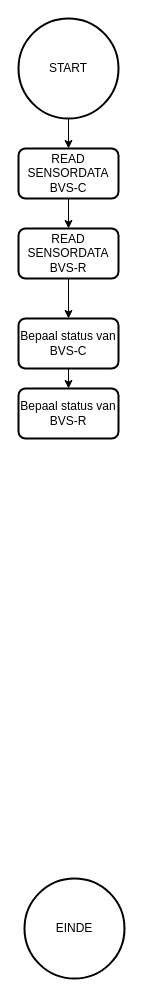
Before: FlowchartPlantbewateringssysteem.drawio in CruZxPog/Plantbewateringssysteem, a draw.io diagram. Source tidied: cells renumbered, new cells numbered last; positions are measured from the earlier drawing's top-left corner, leaving out a move shared by most shapes. Both pictures are drawn from the tidied source at 100%, with x=0, y=0 at pixel (18, 18).
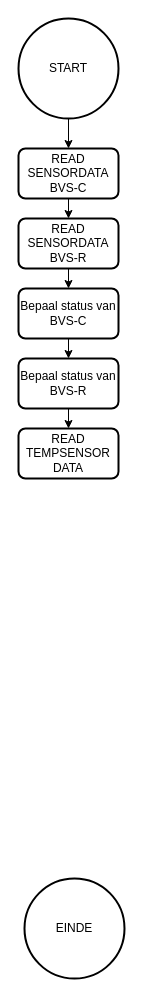
Above is the later version.

Diff of the diagram source:
```diff
@@
 <mxGraphModel>
   <root>
     <mxCell id="0" />
     <mxCell id="1" parent="0" />
     <mxCell id="2" value="START" style="strokeWidth=2;html=1;shape=mxgraph.flowchart.start_2;whiteSpace=wrap;" parent="1" vertex="1">
       <mxGeometry width="100" height="100" as="geometry" />
     </mxCell>
     <mxCell id="3" value="EINDE" style="strokeWidth=2;html=1;shape=mxgraph.flowchart.start_2;whiteSpace=wrap;" parent="1" vertex="1">
       <mxGeometry x="6" y="860" width="100" height="100" as="geometry" />
     </mxCell>
     <mxCell id="4" style="edgeStyle=orthogonalEdgeStyle;rounded=0;jettySize=auto;html=1;exitX=0.5;exitY=1;exitDx=0;exitDy=0;exitPerimeter=0;entryX=0.5;entryY=0;entryDx=0;entryDy=0;entryPerimeter=0;" parent="1" edge="1" source="2" target="5">
       <mxGeometry relative="1" as="geometry" />
     </mxCell>
     <mxCell id="5" value="READ&lt;div&gt;SENSORDATA&lt;/div&gt;&lt;div&gt;BVS-C&lt;/div&gt;" style="rounded=1;whiteSpace=wrap;html=1;absoluteArcSize=1;arcSize=14;strokeWidth=2;" parent="1" vertex="1">
       <mxGeometry y="130" width="100" height="50" as="geometry" />
     </mxCell>
     <mxCell id="6" style="edgeStyle=orthogonalEdgeStyle;rounded=0;jettySize=auto;html=1;exitX=0.5;exitY=1;exitDx=0;exitDy=0;exitPerimeter=0;entryX=0.5;entryY=0;entryDx=0;entryDy=0;entryPerimeter=0;" parent="1" edge="1" source="9">
       <mxGeometry relative="1" as="geometry">
         <mxPoint x="50" y="240" as="targetPoint" />
       </mxGeometry>
     </mxCell>
     <mxCell id="7" style="edgeStyle=orthogonalEdgeStyle;rounded=0;jettySize=auto;html=1;exitX=0.5;exitY=1;exitDx=0;exitDy=0;exitPerimeter=0;entryX=0.5;entryY=0;entryDx=0;entryDy=0;entryPerimeter=0;" parent="1" edge="1" source="5" target="9">
       <mxGeometry relative="1" as="geometry" />
     </mxCell>
     <mxCell id="8" style="edgeStyle=orthogonalEdgeStyle;rounded=0;jettySize=auto;html=1;exitX=0.5;exitY=1;exitDx=0;exitDy=0;entryX=0.5;entryY=0;entryDx=0;entryDy=0;" parent="1" edge="1" source="9" target="11">
       <mxGeometry relative="1" as="geometry" />
     </mxCell>
     <mxCell id="9" value="READ&lt;div&gt;SENSORDATA&lt;/div&gt;&lt;div&gt;BVS-R&lt;/div&gt;" style="rounded=1;whiteSpace=wrap;html=1;absoluteArcSize=1;arcSize=14;strokeWidth=2;" parent="1" vertex="1">
-      <mxGeometry y="210" width="100" height="50" as="geometry" />
+      <mxGeometry y="200" width="100" height="50" as="geometry" />
     </mxCell>
     <mxCell id="10" style="edgeStyle=orthogonalEdgeStyle;rounded=0;jettySize=auto;html=1;exitX=0.5;exitY=1;exitDx=0;exitDy=0;entryX=0.5;entryY=0;entryDx=0;entryDy=0;" parent="1" edge="1" source="11" target="12">
       <mxGeometry relative="1" as="geometry" />
     </mxCell>
     <mxCell id="11" value="Bepaal status van BVS-C" style="rounded=1;whiteSpace=wrap;html=1;absoluteArcSize=1;arcSize=14;strokeWidth=2;" parent="1" vertex="1">
-      <mxGeometry y="300" width="100" height="50" as="geometry" />
+      <mxGeometry y="270" width="100" height="50" as="geometry" />
     </mxCell>
+    <mxCell id="13" style="edgeStyle=orthogonalEdgeStyle;rounded=0;jettySize=auto;html=1;exitX=0.5;exitY=1;exitDx=0;exitDy=0;entryX=0.5;entryY=0;entryDx=0;entryDy=0;" parent="1" edge="1" source="12" target="14">
+      <mxGeometry relative="1" as="geometry" />
+    </mxCell>
     <mxCell id="12" value="Bepaal status van BVS-R" style="rounded=1;whiteSpace=wrap;html=1;absoluteArcSize=1;arcSize=14;strokeWidth=2;" parent="1" vertex="1">
-      <mxGeometry y="370" width="100" height="50" as="geometry" />
+      <mxGeometry y="340" width="100" height="50" as="geometry" />
     </mxCell>
+    <mxCell id="14" value="READ&lt;div&gt;TEMPSENSOR DATA&lt;/div&gt;" style="rounded=1;whiteSpace=wrap;html=1;absoluteArcSize=1;arcSize=14;strokeWidth=2;" parent="1" vertex="1">
+      <mxGeometry y="410" width="100" height="50" as="geometry" />
+    </mxCell>
   </root>
 </mxGraphModel>
```
